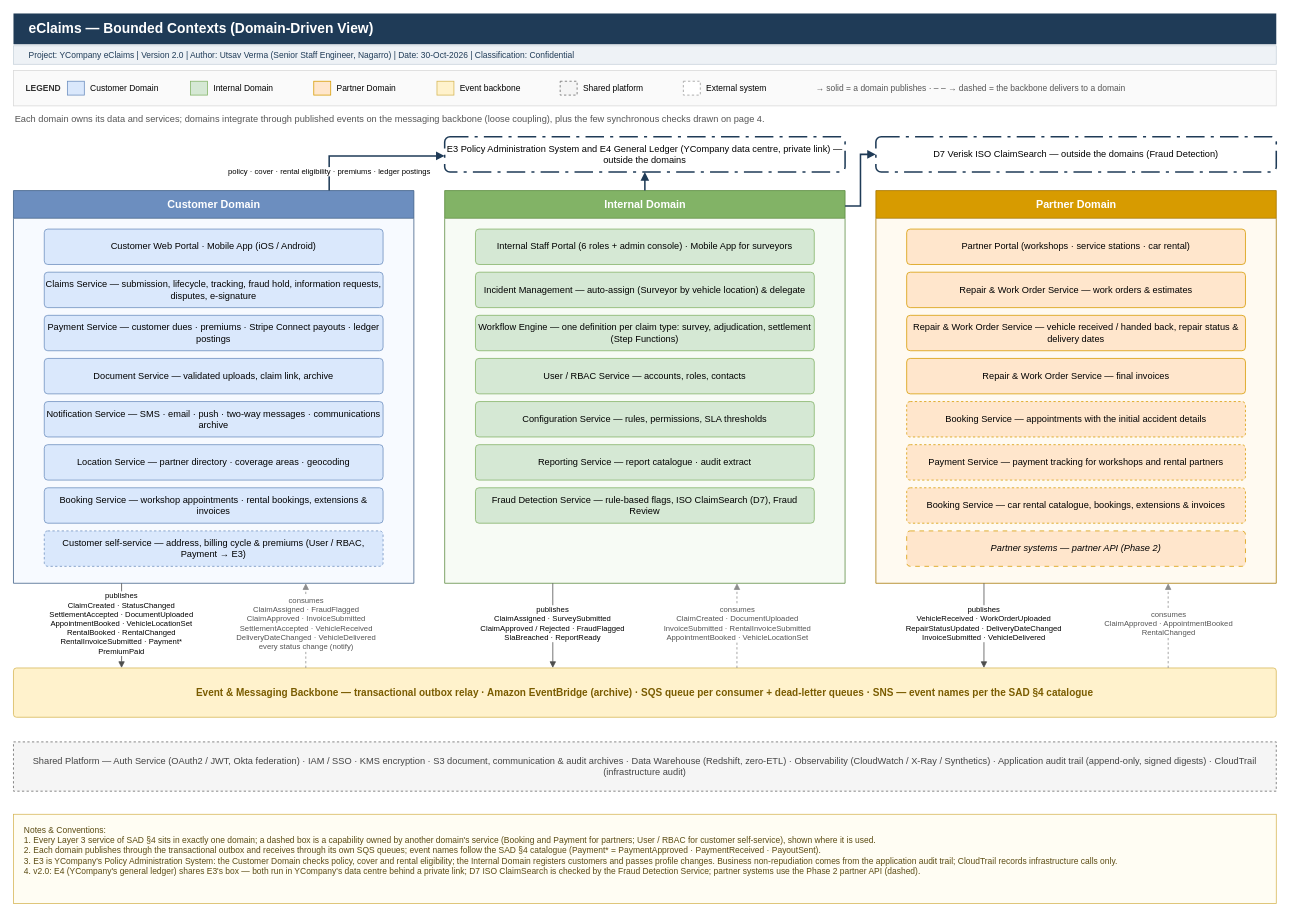
Utsaverma/insurance-portal keeps this draw.io diagram as page "Bounded Contexts (Domain View)" (7 of 8) of docs/sad/architecture-diagram.drawio.xml. Above is the earlier version. Source tidied: cells renumbered, new cells numbered last; positions are measured from the earlier drawing's top-left corner, leaving out a move shared by most shapes. Both pictures are drawn from the tidied source at 77%, with x=0, y=0 at pixel (13, 13).
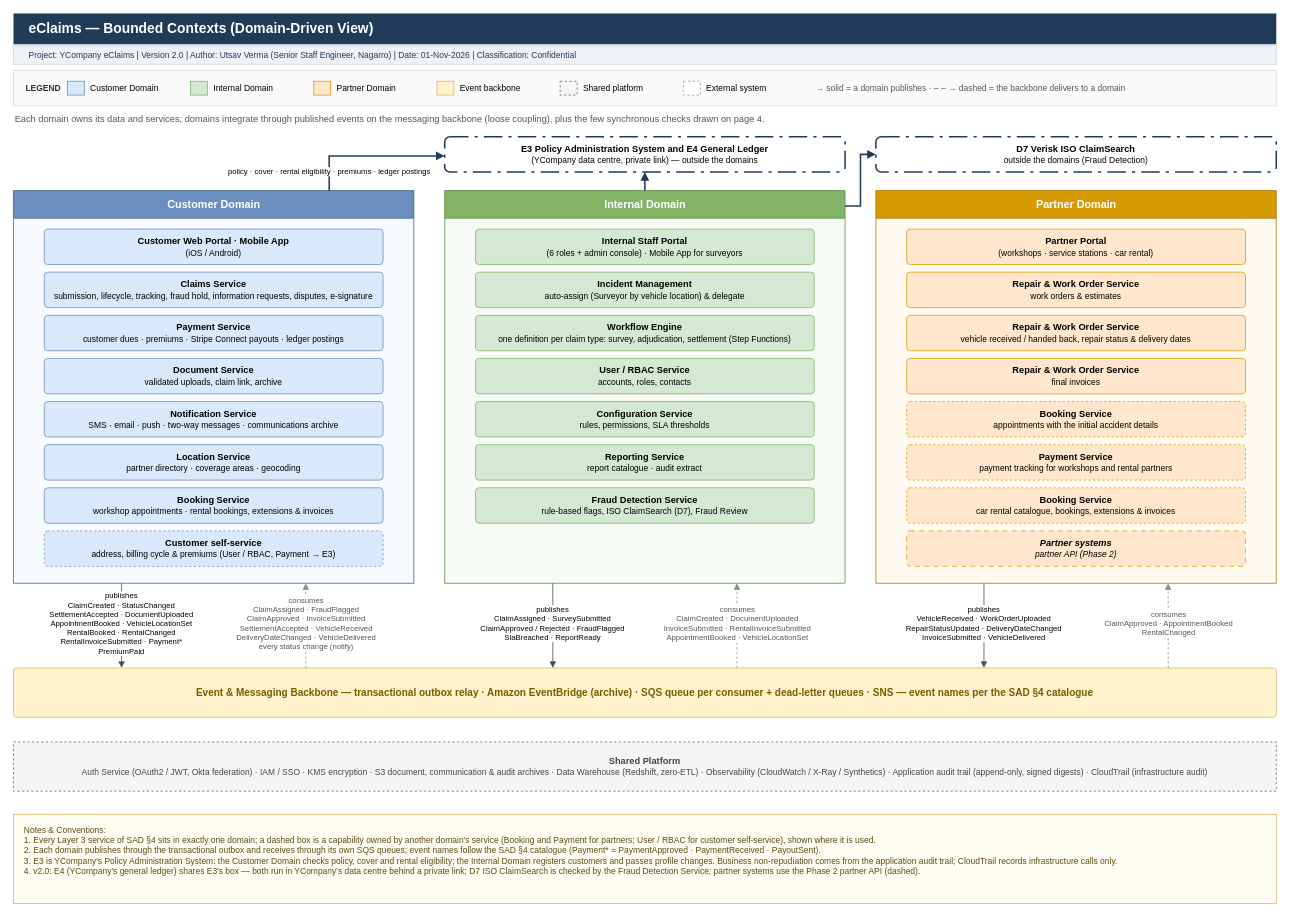
Above is the later version.

The change refers to these unchanged cells:
```xml
<mxCell id="19" value="Customer Domain" style="swimlane;html=1;startSize=36;fontStyle=1;fontSize=14;fontColor=#ffffff;fillColor=#6c8ebf;strokeColor=#3f5f86;swimlaneFillColor=#f7faff;" parent="1" vertex="1">
  <mxGeometry y="230" width="520" height="510" as="geometry" />
</mxCell>
<mxCell id="28" value="Internal Domain" style="swimlane;html=1;startSize=36;fontStyle=1;fontSize=14;fontColor=#ffffff;fillColor=#82b366;strokeColor=#5b8a3f;swimlaneFillColor=#f7fbf5;" parent="1" vertex="1">
  <mxGeometry x="560" y="230" width="520" height="510" as="geometry" />
</mxCell>
<mxCell id="36" value="Partner Domain" style="swimlane;html=1;startSize=36;fontStyle=1;fontSize=14;fontColor=#ffffff;fillColor=#d79b00;strokeColor=#a67600;swimlaneFillColor=#fffaf1;" parent="1" vertex="1">
  <mxGeometry x="1120" y="230" width="520" height="510" as="geometry" />
</mxCell>
```

Diff of the diagram source:
```diff
@@
-    <mxCell id="3" value="Project: YCompany eClaims    |    Version 2.0    |    Author: Utsav Verma (Senior Staff Engineer, Nagarro)    |    Date: 30-Oct-2026    |    Classification: Confidential" style="rounded=0;whiteSpace=wrap;html=1;fillColor=#eef2f6;strokeColor=#c9d3dc;fontColor=#1f3b57;fontSize=11;align=left;verticalAlign=middle;spacingLeft=18;" parent="1" vertex="1">
+    <mxCell id="3" value="Project: YCompany eClaims    |    Version 2.0    |    Author: Utsav Verma (Senior Staff Engineer, Nagarro)    |    Date: 01-Nov-2026    |    Classification: Confidential" style="rounded=0;whiteSpace=wrap;html=1;fillColor=#eef2f6;strokeColor=#c9d3dc;fontColor=#1f3b57;fontSize=11;align=left;verticalAlign=middle;spacingLeft=18;" parent="1" vertex="1">
       <mxGeometry y="42" width="1640" height="24" as="geometry" />
     </mxCell>
@@
-    <mxCell id="20" value="Customer Web Portal · Mobile App (iOS / Android)" style="rounded=1;whiteSpace=wrap;html=1;arcSize=10;fontSize=12;fillColor=#dae8fc;strokeColor=#6c8ebf;" parent="19" vertex="1">
+    <mxCell id="20" value="&lt;b&gt;Customer Web Portal · Mobile App&lt;/b&gt;&lt;br&gt;&lt;font style=&quot;font-size:11px&quot;&gt;(iOS / Android)&lt;/font&gt;" style="rounded=1;whiteSpace=wrap;html=1;arcSize=10;fontSize=12;fillColor=#dae8fc;strokeColor=#6c8ebf;" parent="19" vertex="1">
       <mxGeometry x="40" y="50" width="440" height="46" as="geometry" />
     </mxCell>
-    <mxCell id="21" value="Claims Service — submission, lifecycle, tracking, fraud hold, information requests, disputes, e-signature" style="rounded=1;whiteSpace=wrap;html=1;arcSize=10;fontSize=12;fillColor=#dae8fc;strokeColor=#6c8ebf;" parent="19" vertex="1">
+    <mxCell id="21" value="&lt;b&gt;Claims Service&lt;/b&gt;&lt;br&gt;&lt;font style=&quot;font-size:11px&quot;&gt;submission, lifecycle, tracking, fraud hold, information requests, disputes, e-signature&lt;/font&gt;" style="rounded=1;whiteSpace=wrap;html=1;arcSize=10;fontSize=12;fillColor=#dae8fc;strokeColor=#6c8ebf;" parent="19" vertex="1">
       <mxGeometry x="40" y="106" width="440" height="46" as="geometry" />
     </mxCell>
-    <mxCell id="22" value="Payment Service — customer dues · premiums · Stripe Connect payouts · ledger postings" style="rounded=1;whiteSpace=wrap;html=1;arcSize=10;fontSize=12;fillColor=#dae8fc;strokeColor=#6c8ebf;" parent="19" vertex="1">
+    <mxCell id="22" value="&lt;b&gt;Payment Service&lt;/b&gt;&lt;br&gt;&lt;font style=&quot;font-size:11px&quot;&gt;customer dues · premiums · Stripe Connect payouts · ledger postings&lt;/font&gt;" style="rounded=1;whiteSpace=wrap;html=1;arcSize=10;fontSize=12;fillColor=#dae8fc;strokeColor=#6c8ebf;" parent="19" vertex="1">
       <mxGeometry x="40" y="162" width="440" height="46" as="geometry" />
     </mxCell>
-    <mxCell id="23" value="Document Service — validated uploads, claim link, archive" style="rounded=1;whiteSpace=wrap;html=1;arcSize=10;fontSize=12;fillColor=#dae8fc;strokeColor=#6c8ebf;" parent="19" vertex="1">
+    <mxCell id="23" value="&lt;b&gt;Document Service&lt;/b&gt;&lt;br&gt;&lt;font style=&quot;font-size:11px&quot;&gt;validated uploads, claim link, archive&lt;/font&gt;" style="rounded=1;whiteSpace=wrap;html=1;arcSize=10;fontSize=12;fillColor=#dae8fc;strokeColor=#6c8ebf;" parent="19" vertex="1">
       <mxGeometry x="40" y="218" width="440" height="46" as="geometry" />
     </mxCell>
-    <mxCell id="24" value="Notification Service — SMS · email · push · two-way messages · communications archive" style="rounded=1;whiteSpace=wrap;html=1;arcSize=10;fontSize=12;fillColor=#dae8fc;strokeColor=#6c8ebf;" parent="19" vertex="1">
+    <mxCell id="24" value="&lt;b&gt;Notification Service&lt;/b&gt;&lt;br&gt;&lt;font style=&quot;font-size:11px&quot;&gt;SMS · email · push · two-way messages · communications archive&lt;/font&gt;" style="rounded=1;whiteSpace=wrap;html=1;arcSize=10;fontSize=12;fillColor=#dae8fc;strokeColor=#6c8ebf;" parent="19" vertex="1">
       <mxGeometry x="40" y="274" width="440" height="46" as="geometry" />
     </mxCell>
-    <mxCell id="25" value="Location Service — partner directory · coverage areas · geocoding" style="rounded=1;whiteSpace=wrap;html=1;arcSize=10;fontSize=12;fillColor=#dae8fc;strokeColor=#6c8ebf;" parent="19" vertex="1">
+    <mxCell id="25" value="&lt;b&gt;Location Service&lt;/b&gt;&lt;br&gt;&lt;font style=&quot;font-size:11px&quot;&gt;partner directory · coverage areas · geocoding&lt;/font&gt;" style="rounded=1;whiteSpace=wrap;html=1;arcSize=10;fontSize=12;fillColor=#dae8fc;strokeColor=#6c8ebf;" parent="19" vertex="1">
       <mxGeometry x="40" y="330" width="440" height="46" as="geometry" />
     </mxCell>
-    <mxCell id="26" value="Booking Service — workshop appointments · rental bookings, extensions &amp;amp; invoices" style="rounded=1;whiteSpace=wrap;html=1;arcSize=10;fontSize=12;fillColor=#dae8fc;strokeColor=#6c8ebf;" parent="19" vertex="1">
+    <mxCell id="26" value="&lt;b&gt;Booking Service&lt;/b&gt;&lt;br&gt;&lt;font style=&quot;font-size:11px&quot;&gt;workshop appointments · rental bookings, extensions &amp;amp; invoices&lt;/font&gt;" style="rounded=1;whiteSpace=wrap;html=1;arcSize=10;fontSize=12;fillColor=#dae8fc;strokeColor=#6c8ebf;" parent="19" vertex="1">
       <mxGeometry x="40" y="386" width="440" height="46" as="geometry" />
     </mxCell>
-    <mxCell id="27" value="Customer self-service — address, billing cycle &amp;amp; premiums (User / RBAC, Payment → E3)" style="rounded=1;whiteSpace=wrap;html=1;arcSize=10;fontSize=12;fillColor=#dae8fc;strokeColor=#6c8ebf;dashed=1;" parent="19" vertex="1">
+    <mxCell id="27" value="&lt;b&gt;Customer self-service&lt;/b&gt;&lt;br&gt;&lt;font style=&quot;font-size:11px&quot;&gt;address, billing cycle &amp;amp; premiums (User / RBAC, Payment → E3)&lt;/font&gt;" style="rounded=1;whiteSpace=wrap;html=1;arcSize=10;fontSize=12;fillColor=#dae8fc;strokeColor=#6c8ebf;dashed=1;" parent="19" vertex="1">
       <mxGeometry x="40" y="442" width="440" height="46" as="geometry" />
     </mxCell>
@@
-    <mxCell id="29" value="Internal Staff Portal (6 roles + admin console) · Mobile App for surveyors" style="rounded=1;whiteSpace=wrap;html=1;arcSize=10;fontSize=12;fillColor=#d5e8d4;strokeColor=#82b366;" parent="28" vertex="1">
+    <mxCell id="29" value="&lt;b&gt;Internal Staff Portal&lt;/b&gt;&lt;br&gt;&lt;font style=&quot;font-size:11px&quot;&gt;(6 roles + admin console) · Mobile App for surveyors&lt;/font&gt;" style="rounded=1;whiteSpace=wrap;html=1;arcSize=10;fontSize=12;fillColor=#d5e8d4;strokeColor=#82b366;" parent="28" vertex="1">
       <mxGeometry x="40" y="50" width="440" height="46" as="geometry" />
     </mxCell>
-    <mxCell id="30" value="Incident Management — auto-assign (Surveyor by vehicle location) &amp;amp; delegate" style="rounded=1;whiteSpace=wrap;html=1;arcSize=10;fontSize=12;fillColor=#d5e8d4;strokeColor=#82b366;" parent="28" vertex="1">
+    <mxCell id="30" value="&lt;b&gt;Incident Management&lt;/b&gt;&lt;br&gt;&lt;font style=&quot;font-size:11px&quot;&gt;auto-assign (Surveyor by vehicle location) &amp;amp; delegate&lt;/font&gt;" style="rounded=1;whiteSpace=wrap;html=1;arcSize=10;fontSize=12;fillColor=#d5e8d4;strokeColor=#82b366;" parent="28" vertex="1">
       <mxGeometry x="40" y="106" width="440" height="46" as="geometry" />
     </mxCell>
-    <mxCell id="31" value="Workflow Engine — one definition per claim type: survey, adjudication, settlement (Step Functions)" style="rounded=1;whiteSpace=wrap;html=1;arcSize=10;fontSize=12;fillColor=#d5e8d4;strokeColor=#82b366;" parent="28" vertex="1">
+    <mxCell id="31" value="&lt;b&gt;Workflow Engine&lt;/b&gt;&lt;br&gt;&lt;font style=&quot;font-size:11px&quot;&gt;one definition per claim type: survey, adjudication, settlement (Step Functions)&lt;/font&gt;" style="rounded=1;whiteSpace=wrap;html=1;arcSize=10;fontSize=12;fillColor=#d5e8d4;strokeColor=#82b366;" parent="28" vertex="1">
       <mxGeometry x="40" y="162" width="440" height="46" as="geometry" />
     </mxCell>
-    <mxCell id="32" value="User / RBAC Service — accounts, roles, contacts" style="rounded=1;whiteSpace=wrap;html=1;arcSize=10;fontSize=12;fillColor=#d5e8d4;strokeColor=#82b366;" parent="28" vertex="1">
+    <mxCell id="32" value="&lt;b&gt;User / RBAC Service&lt;/b&gt;&lt;br&gt;&lt;font style=&quot;font-size:11px&quot;&gt;accounts, roles, contacts&lt;/font&gt;" style="rounded=1;whiteSpace=wrap;html=1;arcSize=10;fontSize=12;fillColor=#d5e8d4;strokeColor=#82b366;" parent="28" vertex="1">
       <mxGeometry x="40" y="218" width="440" height="46" as="geometry" />
     </mxCell>
-    <mxCell id="33" value="Configuration Service — rules, permissions, SLA thresholds" style="rounded=1;whiteSpace=wrap;html=1;arcSize=10;fontSize=12;fillColor=#d5e8d4;strokeColor=#82b366;" parent="28" vertex="1">
+    <mxCell id="33" value="&lt;b&gt;Configuration Service&lt;/b&gt;&lt;br&gt;&lt;font style=&quot;font-size:11px&quot;&gt;rules, permissions, SLA thresholds&lt;/font&gt;" style="rounded=1;whiteSpace=wrap;html=1;arcSize=10;fontSize=12;fillColor=#d5e8d4;strokeColor=#82b366;" parent="28" vertex="1">
       <mxGeometry x="40" y="274" width="440" height="46" as="geometry" />
     </mxCell>
-    <mxCell id="34" value="Reporting Service — report catalogue · audit extract" style="rounded=1;whiteSpace=wrap;html=1;arcSize=10;fontSize=12;fillColor=#d5e8d4;strokeColor=#82b366;" parent="28" vertex="1">
+    <mxCell id="34" value="&lt;b&gt;Reporting Service&lt;/b&gt;&lt;br&gt;&lt;font style=&quot;font-size:11px&quot;&gt;report catalogue · audit extract&lt;/font&gt;" style="rounded=1;whiteSpace=wrap;html=1;arcSize=10;fontSize=12;fillColor=#d5e8d4;strokeColor=#82b366;" parent="28" vertex="1">
       <mxGeometry x="40" y="330" width="440" height="46" as="geometry" />
     </mxCell>
-    <mxCell id="35" value="Fraud Detection Service — rule-based flags, ISO ClaimSearch (D7), Fraud Review" style="rounded=1;whiteSpace=wrap;html=1;arcSize=10;fontSize=12;fillColor=#d5e8d4;strokeColor=#82b366;" parent="28" vertex="1">
+    <mxCell id="35" value="&lt;b&gt;Fraud Detection Service&lt;/b&gt;&lt;br&gt;&lt;font style=&quot;font-size:11px&quot;&gt;rule-based flags, ISO ClaimSearch (D7), Fraud Review&lt;/font&gt;" style="rounded=1;whiteSpace=wrap;html=1;arcSize=10;fontSize=12;fillColor=#d5e8d4;strokeColor=#82b366;" parent="28" vertex="1">
       <mxGeometry x="40" y="386" width="440" height="46" as="geometry" />
     </mxCell>
@@
-    <mxCell id="37" value="Partner Portal (workshops · service stations · car rental)" style="rounded=1;whiteSpace=wrap;html=1;arcSize=10;fontSize=12;fillColor=#ffe6cc;strokeColor=#d79b00;" parent="36" vertex="1">
+    <mxCell id="37" value="&lt;b&gt;Partner Portal&lt;/b&gt;&lt;br&gt;&lt;font style=&quot;font-size:11px&quot;&gt;(workshops · service stations · car rental)&lt;/font&gt;" style="rounded=1;whiteSpace=wrap;html=1;arcSize=10;fontSize=12;fillColor=#ffe6cc;strokeColor=#d79b00;" parent="36" vertex="1">
       <mxGeometry x="40" y="50" width="440" height="46" as="geometry" />
     </mxCell>
-    <mxCell id="38" value="Repair &amp;amp; Work Order Service — work orders &amp;amp; estimates" style="rounded=1;whiteSpace=wrap;html=1;arcSize=10;fontSize=12;fillColor=#ffe6cc;strokeColor=#d79b00;" parent="36" vertex="1">
+    <mxCell id="38" value="&lt;b&gt;Repair &amp;amp; Work Order Service&lt;/b&gt;&lt;br&gt;&lt;font style=&quot;font-size:11px&quot;&gt;work orders &amp;amp; estimates&lt;/font&gt;" style="rounded=1;whiteSpace=wrap;html=1;arcSize=10;fontSize=12;fillColor=#ffe6cc;strokeColor=#d79b00;" parent="36" vertex="1">
       <mxGeometry x="40" y="106" width="440" height="46" as="geometry" />
     </mxCell>
-    <mxCell id="39" value="Repair &amp;amp; Work Order Service — vehicle received / handed back, repair status &amp;amp; delivery dates" style="rounded=1;whiteSpace=wrap;html=1;arcSize=10;fontSize=12;fillColor=#ffe6cc;strokeColor=#d79b00;" parent="36" vertex="1">
+    <mxCell id="39" value="&lt;b&gt;Repair &amp;amp; Work Order Service&lt;/b&gt;&lt;br&gt;&lt;font style=&quot;font-size:11px&quot;&gt;vehicle received / handed back, repair status &amp;amp; delivery dates&lt;/font&gt;" style="rounded=1;whiteSpace=wrap;html=1;arcSize=10;fontSize=12;fillColor=#ffe6cc;strokeColor=#d79b00;" parent="36" vertex="1">
       <mxGeometry x="40" y="162" width="440" height="46" as="geometry" />
     </mxCell>
-    <mxCell id="40" value="Repair &amp;amp; Work Order Service — final invoices" style="rounded=1;whiteSpace=wrap;html=1;arcSize=10;fontSize=12;fillColor=#ffe6cc;strokeColor=#d79b00;" parent="36" vertex="1">
+    <mxCell id="40" value="&lt;b&gt;Repair &amp;amp; Work Order Service&lt;/b&gt;&lt;br&gt;&lt;font style=&quot;font-size:11px&quot;&gt;final invoices&lt;/font&gt;" style="rounded=1;whiteSpace=wrap;html=1;arcSize=10;fontSize=12;fillColor=#ffe6cc;strokeColor=#d79b00;" parent="36" vertex="1">
       <mxGeometry x="40" y="218" width="440" height="46" as="geometry" />
     </mxCell>
-    <mxCell id="41" value="Booking Service — appointments with the initial accident details" style="rounded=1;whiteSpace=wrap;html=1;arcSize=10;fontSize=12;fillColor=#ffe6cc;strokeColor=#d79b00;dashed=1;" parent="36" vertex="1">
+    <mxCell id="41" value="&lt;b&gt;Booking Service&lt;/b&gt;&lt;br&gt;&lt;font style=&quot;font-size:11px&quot;&gt;appointments with the initial accident details&lt;/font&gt;" style="rounded=1;whiteSpace=wrap;html=1;arcSize=10;fontSize=12;fillColor=#ffe6cc;strokeColor=#d79b00;dashed=1;" parent="36" vertex="1">
       <mxGeometry x="40" y="274" width="440" height="46" as="geometry" />
     </mxCell>
-    <mxCell id="42" value="Payment Service — payment tracking for workshops and rental partners" style="rounded=1;whiteSpace=wrap;html=1;arcSize=10;fontSize=12;fillColor=#ffe6cc;strokeColor=#d79b00;dashed=1;" parent="36" vertex="1">
+    <mxCell id="42" value="&lt;b&gt;Payment Service&lt;/b&gt;&lt;br&gt;&lt;font style=&quot;font-size:11px&quot;&gt;payment tracking for workshops and rental partners&lt;/font&gt;" style="rounded=1;whiteSpace=wrap;html=1;arcSize=10;fontSize=12;fillColor=#ffe6cc;strokeColor=#d79b00;dashed=1;" parent="36" vertex="1">
       <mxGeometry x="40" y="330" width="440" height="46" as="geometry" />
     </mxCell>
-    <mxCell id="43" value="Booking Service — car rental catalogue, bookings, extensions &amp;amp; invoices" style="rounded=1;whiteSpace=wrap;html=1;arcSize=10;fontSize=12;fillColor=#ffe6cc;strokeColor=#d79b00;dashed=1;" parent="36" vertex="1">
+    <mxCell id="43" value="&lt;b&gt;Booking Service&lt;/b&gt;&lt;br&gt;&lt;font style=&quot;font-size:11px&quot;&gt;car rental catalogue, bookings, extensions &amp;amp; invoices&lt;/font&gt;" style="rounded=1;whiteSpace=wrap;html=1;arcSize=10;fontSize=12;fillColor=#ffe6cc;strokeColor=#d79b00;dashed=1;" parent="36" vertex="1">
       <mxGeometry x="40" y="386" width="440" height="46" as="geometry" />
     </mxCell>
-    <mxCell id="44" value="E3 Policy Administration System and E4 General Ledger (YCompany data centre, private link) — outside the domains" style="rounded=1;whiteSpace=wrap;html=1;dashed=1;dashPattern=12 4 2 4;fillColor=#ffffff;strokeColor=#1f3b57;strokeWidth=2;fontSize=12;" parent="1" vertex="1">
+    <mxCell id="44" value="&lt;b&gt;E3 Policy Administration System and E4 General Ledger&lt;/b&gt;&lt;br&gt;&lt;font style=&quot;font-size:11px&quot;&gt;(YCompany data centre, private link) — outside the domains&lt;/font&gt;" style="rounded=1;whiteSpace=wrap;html=1;dashed=1;dashPattern=12 4 2 4;fillColor=#ffffff;strokeColor=#1f3b57;strokeWidth=2;fontSize=12;" parent="1" vertex="1">
       <mxGeometry x="560" y="160" width="520" height="46" as="geometry" />
     </mxCell>
@@
-    <mxCell id="46" value="Shared Platform — Auth Service (OAuth2 / JWT, Okta federation) · IAM / SSO · KMS encryption · S3 document, communication &amp;amp; audit archives · Data Warehouse (Redshift, zero-ETL) · Observability (CloudWatch / X-Ray / Synthetics) · Application audit trail (append-only, signed digests) · CloudTrail (infrastructure audit)" style="rounded=0;whiteSpace=wrap;html=1;dashed=1;fillColor=#f5f5f5;strokeColor=#666666;fontColor=#444444;fontSize=12;" parent="1" vertex="1">
+    <mxCell id="46" value="&lt;b&gt;Shared Platform&lt;/b&gt;&lt;br&gt;&lt;font style=&quot;font-size:11px&quot;&gt;Auth Service (OAuth2 / JWT, Okta federation) · IAM / SSO · KMS encryption · S3 document, communication &amp;amp; audit archives · Data Warehouse (Redshift, zero-ETL) · Observability (CloudWatch / X-Ray / Synthetics) · Application audit trail (append-only, signed digests) · CloudTrail (infrastructure audit)&lt;/font&gt;" style="rounded=0;whiteSpace=wrap;html=1;dashed=1;fillColor=#f5f5f5;strokeColor=#666666;fontColor=#444444;fontSize=12;" parent="1" vertex="1">
       <mxGeometry y="946" width="1640" height="64" as="geometry" />
     </mxCell>
@@
-    <mxCell id="55" value="D7 Verisk ISO ClaimSearch — outside the domains (Fraud Detection)" style="rounded=1;whiteSpace=wrap;html=1;dashed=1;dashPattern=12 4 2 4;fillColor=#ffffff;strokeColor=#1f3b57;strokeWidth=2;fontSize=12;" parent="1" vertex="1">
+    <mxCell id="55" value="&lt;b&gt;D7 Verisk ISO ClaimSearch&lt;/b&gt;&lt;br&gt;&lt;font style=&quot;font-size:11px&quot;&gt;outside the domains (Fraud Detection)&lt;/font&gt;" style="rounded=1;whiteSpace=wrap;html=1;dashed=1;dashPattern=12 4 2 4;fillColor=#ffffff;strokeColor=#1f3b57;strokeWidth=2;fontSize=12;" parent="1" vertex="1">
       <mxGeometry x="1120" y="160" width="520" height="46" as="geometry" />
     </mxCell>
-    <mxCell id="56" value="Partner systems — partner API (Phase 2)" style="rounded=1;whiteSpace=wrap;html=1;arcSize=10;fontSize=12;fillColor=#ffe6cc;strokeColor=#d79b00;dashed=1;dashPattern=6 6;fontStyle=2;" parent="36" vertex="1">
+    <mxCell id="56" value="&lt;b&gt;Partner systems&lt;/b&gt;&lt;br&gt;&lt;font style=&quot;font-size:11px&quot;&gt;partner API (Phase 2)&lt;/font&gt;" style="rounded=1;whiteSpace=wrap;html=1;arcSize=10;fontSize=12;fillColor=#ffe6cc;strokeColor=#d79b00;dashed=1;dashPattern=6 6;fontStyle=2;" parent="36" vertex="1">
       <mxGeometry x="40" y="442" width="440" height="46" as="geometry" />
     </mxCell>
```
